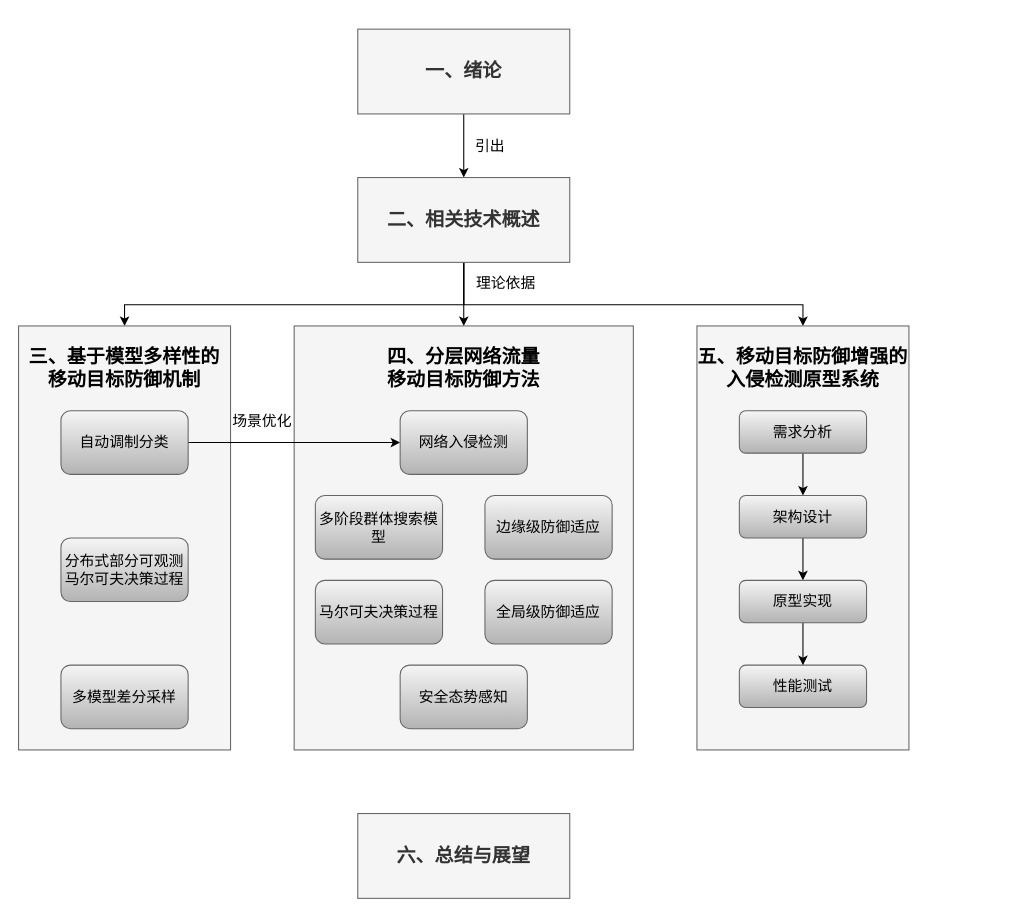
The draw.io diagram 毕业论文1-2.drawio in weyg0/Diagrams, before the edit. Source tidied: cells renumbered, new cells numbered last; positions are measured from the earlier drawing's top-left corner, leaving out a move shared by most shapes. Both pictures are drawn from the tidied source at 106%, with x=0, y=0 at pixel (18, 29).
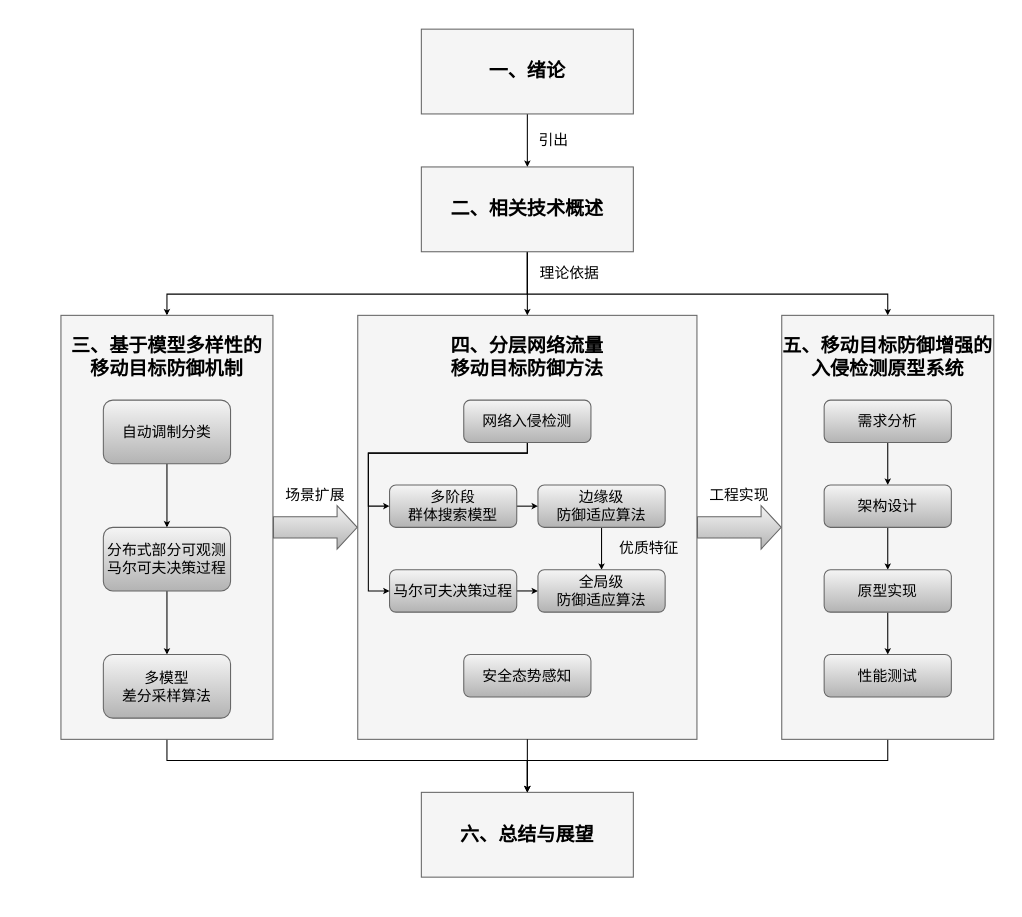
The same page after the edit.

Commit message:
更新毕业论文1-2.drawio

Change to the diagram source:
```diff
@@
+    <mxCell id="35" style="rounded=0;whiteSpace=wrap;html=1;fillColor=none;strokeColor=none;" parent="1" vertex="1">
+      <mxGeometry x="30" y="-10" width="900" height="820" as="geometry" />
+    </mxCell>
+    <mxCell id="10" style="rounded=0;whiteSpace=wrap;html=1;fillColor=#f5f5f5;fontColor=#333333;strokeColor=#666666;" parent="1" vertex="1">
+      <mxGeometry x="320" y="270" width="320" height="400" as="geometry" />
+    </mxCell>
+    <mxCell id="36" value="优质特征" style="text;html=1;align=center;verticalAlign=middle;whiteSpace=wrap;rounded=0;fontSize=14;" parent="1" vertex="1">
+      <mxGeometry x="560" y="470" width="70" height="40" as="geometry" />
+    </mxCell>
+    <mxCell id="37" style="edgeStyle=orthogonalEdgeStyle;rounded=0;jettySize=auto;html=1;exitX=0.5;exitY=1;exitDx=0;exitDy=0;entryX=0.5;entryY=0;entryDx=0;entryDy=0;endSize=3;" parent="1" edge="1" source="19" target="18">
+      <mxGeometry relative="1" as="geometry" />
+    </mxCell>
+    <mxCell id="19" value="边缘级&lt;div&gt;防御适应算法&lt;/div&gt;" style="rounded=1;whiteSpace=wrap;html=1;fontSize=14;fillColor=#f5f5f5;gradientColor=#b3b3b3;strokeColor=#666666;" parent="1" vertex="1">
+      <mxGeometry x="490" y="430" width="120" height="40" as="geometry" />
+    </mxCell>
+    <mxCell id="38" style="edgeStyle=orthogonalEdgeStyle;rounded=0;jettySize=auto;html=1;exitX=1;exitY=0.5;exitDx=0;exitDy=0;entryX=0;entryY=0.5;entryDx=0;entryDy=0;endSize=3;" parent="1" edge="1" source="23" target="19">
+      <mxGeometry relative="1" as="geometry" />
+    </mxCell>
+    <mxCell id="23" value="多阶段&lt;div&gt;群体搜索模型&lt;/div&gt;" style="rounded=1;whiteSpace=wrap;html=1;fontSize=14;fillColor=#f5f5f5;gradientColor=#b3b3b3;strokeColor=#666666;" parent="1" vertex="1">
+      <mxGeometry x="350" y="430" width="120" height="40" as="geometry" />
+    </mxCell>
-    <mxCell id="2" style="edgeStyle=orthogonalEdgeStyle;rounded=0;jettySize=auto;html=1;exitX=0.5;exitY=1;exitDx=0;exitDy=0;entryX=0.5;entryY=0;entryDx=0;entryDy=0;" parent="1" edge="1" source="3" target="7">
+    <mxCell id="2" style="edgeStyle=orthogonalEdgeStyle;rounded=0;jettySize=auto;html=1;exitX=0.5;exitY=1;exitDx=0;exitDy=0;entryX=0.5;entryY=0;entryDx=0;entryDy=0;endSize=3;" parent="1" edge="1" source="3" target="7">
       <mxGeometry relative="1" as="geometry" />
     </mxCell>
-    <mxCell id="3" value="一、绪论" style="rounded=0;whiteSpace=wrap;html=1;fontSize=18;fontStyle=1;fillColor=#f5f5f5;fontColor=#333333;strokeColor=#666666;" parent="1" vertex="1">
-      <mxGeometry x="320" width="200" height="80" as="geometry" />
+    <mxCell id="3" value="一、绪论" style="rounded=0;whiteSpace=wrap;html=1;fontSize=18;fontStyle=1;fillColor=#f5f5f5;fontColor=default;strokeColor=#666666;" parent="1" vertex="1">
+      <mxGeometry x="380" width="200" height="80" as="geometry" />
     </mxCell>
-    <mxCell id="4" style="edgeStyle=orthogonalEdgeStyle;rounded=0;jettySize=auto;html=1;exitX=0.5;exitY=1;exitDx=0;exitDy=0;entryX=0.5;entryY=0;entryDx=0;entryDy=0;" parent="1" edge="1" source="7" target="12">
+    <mxCell id="4" style="edgeStyle=orthogonalEdgeStyle;rounded=0;jettySize=auto;html=1;exitX=0.5;exitY=1;exitDx=0;exitDy=0;entryX=0.5;entryY=0;entryDx=0;entryDy=0;endSize=3;" parent="1" edge="1" source="7" target="12">
       <mxGeometry relative="1" as="geometry">
         <Array as="points">
-          <mxPoint x="420" y="260" />
-          <mxPoint x="100" y="260" />
+          <mxPoint x="480" y="250" />
+          <mxPoint x="140" y="250" />
         </Array>
       </mxGeometry>
     </mxCell>
-    <mxCell id="5" style="edgeStyle=orthogonalEdgeStyle;rounded=0;jettySize=auto;html=1;exitX=0.5;exitY=1;exitDx=0;exitDy=0;entryX=0.5;entryY=0;entryDx=0;entryDy=0;" parent="1" edge="1" source="7" target="13">
+    <mxCell id="5" style="edgeStyle=orthogonalEdgeStyle;rounded=0;jettySize=auto;html=1;exitX=0.5;exitY=1;exitDx=0;exitDy=0;entryX=0.5;entryY=0;entryDx=0;entryDy=0;endSize=3;" parent="1" edge="1" source="7" target="13">
       <mxGeometry relative="1" as="geometry" />
     </mxCell>
-    <mxCell id="6" style="edgeStyle=orthogonalEdgeStyle;rounded=0;jettySize=auto;html=1;exitX=0.5;exitY=1;exitDx=0;exitDy=0;entryX=0.5;entryY=0;entryDx=0;entryDy=0;" parent="1" edge="1" source="7" target="14">
+    <mxCell id="6" style="edgeStyle=orthogonalEdgeStyle;rounded=0;jettySize=auto;html=1;exitX=0.5;exitY=1;exitDx=0;exitDy=0;entryX=0.5;entryY=0;entryDx=0;entryDy=0;endSize=3;" parent="1" edge="1" source="7" target="14">
       <mxGeometry relative="1" as="geometry">
         <Array as="points">
-          <mxPoint x="420" y="260" />
-          <mxPoint x="740" y="260" />
+          <mxPoint x="480" y="250" />
+          <mxPoint x="820" y="250" />
         </Array>
       </mxGeometry>
     </mxCell>
-    <mxCell id="7" value="二、相关技术概述" style="rounded=0;whiteSpace=wrap;html=1;fontSize=18;fontStyle=1;fillColor=#f5f5f5;fontColor=#333333;strokeColor=#666666;" parent="1" vertex="1">
-      <mxGeometry x="320" y="140" width="200" height="80" as="geometry" />
+    <mxCell id="7" value="二、相关技术概述" style="rounded=0;whiteSpace=wrap;html=1;fontSize=18;fontStyle=1;fillColor=#f5f5f5;fontColor=default;strokeColor=#666666;" parent="1" vertex="1">
+      <mxGeometry x="380" y="130" width="200" height="80" as="geometry" />
     </mxCell>
-    <mxCell id="8" value="六、总结与展望" style="rounded=0;whiteSpace=wrap;html=1;fontSize=18;fontStyle=1;fillColor=#f5f5f5;fontColor=#333333;strokeColor=#666666;" parent="1" vertex="1">
-      <mxGeometry x="320" y="740" width="200" height="80" as="geometry" />
+    <mxCell id="8" value="六、总结与展望" style="rounded=0;whiteSpace=wrap;html=1;fontSize=18;fontStyle=1;fillColor=#f5f5f5;fontColor=default;strokeColor=#666666;" parent="1" vertex="1">
+      <mxGeometry x="380" y="720" width="200" height="80" as="geometry" />
     </mxCell>
+    <mxCell id="39" style="edgeStyle=orthogonalEdgeStyle;rounded=0;jettySize=auto;html=1;exitX=0.5;exitY=1;exitDx=0;exitDy=0;entryX=0.5;entryY=0;entryDx=0;entryDy=0;endSize=3;" parent="1" edge="1" source="9" target="8">
+      <mxGeometry relative="1" as="geometry">
+        <Array as="points">
+          <mxPoint x="140" y="690" />
+          <mxPoint x="480" y="690" />
+        </Array>
+      </mxGeometry>
+    </mxCell>
     <mxCell id="9" style="rounded=0;whiteSpace=wrap;html=1;fillColor=#f5f5f5;fontColor=#333333;strokeColor=#666666;" parent="1" vertex="1">
-      <mxGeometry y="280" width="200" height="400" as="geometry" />
+      <mxGeometry x="40" y="270" width="200" height="400" as="geometry" />
     </mxCell>
-    <mxCell id="10" style="rounded=0;whiteSpace=wrap;html=1;fillColor=#f5f5f5;fontColor=#333333;strokeColor=#666666;" parent="1" vertex="1">
-      <mxGeometry x="260" y="280" width="320" height="400" as="geometry" />
-    </mxCell>
+    <mxCell id="40" style="edgeStyle=orthogonalEdgeStyle;rounded=0;jettySize=auto;html=1;exitX=0.5;exitY=1;exitDx=0;exitDy=0;entryX=0.5;entryY=0;entryDx=0;entryDy=0;endSize=3;" parent="1" edge="1" source="10" target="8">
+      <mxGeometry relative="1" as="geometry" />
+    </mxCell>
+    <mxCell id="41" style="edgeStyle=orthogonalEdgeStyle;rounded=0;jettySize=auto;html=1;exitX=0.5;exitY=1;exitDx=0;exitDy=0;entryX=0.5;entryY=0;entryDx=0;entryDy=0;endSize=3;" parent="1" edge="1" source="11" target="8">
+      <mxGeometry relative="1" as="geometry">
+        <Array as="points">
+          <mxPoint x="820" y="690" />
+          <mxPoint x="480" y="690" />
+        </Array>
+      </mxGeometry>
+    </mxCell>
     <mxCell id="11" style="rounded=0;whiteSpace=wrap;html=1;fillColor=#f5f5f5;fontColor=#333333;strokeColor=#666666;" parent="1" vertex="1">
-      <mxGeometry x="640" y="280" width="200" height="400" as="geometry" />
+      <mxGeometry x="720" y="270" width="200" height="400" as="geometry" />
     </mxCell>
     <mxCell id="12" value="三、基于模型多样性的&lt;div&gt;移动目标防御机制&lt;/div&gt;" style="text;html=1;align=center;verticalAlign=middle;whiteSpace=wrap;rounded=0;fontSize=18;fontStyle=1;" parent="1" vertex="1">
-      <mxGeometry y="280" width="200" height="80" as="geometry" />
+      <mxGeometry x="40" y="270" width="200" height="80" as="geometry" />
     </mxCell>
     <mxCell id="13" value="四、分层网络流量&lt;div&gt;移动目标防御方法&lt;/div&gt;" style="text;html=1;align=center;verticalAlign=middle;whiteSpace=wrap;rounded=0;fontSize=18;fontStyle=1;" parent="1" vertex="1">
-      <mxGeometry x="260" y="280" width="320" height="80" as="geometry" />
+      <mxGeometry x="320" y="270" width="320" height="80" as="geometry" />
     </mxCell>
-    <mxCell id="14" value="五、移动目标防御增强的入侵检测原型系统" style="text;html=1;align=center;verticalAlign=middle;whiteSpace=wrap;rounded=0;fontSize=18;fontStyle=1;" parent="1" vertex="1">
-      <mxGeometry x="640" y="280" width="200" height="80" as="geometry" />
+    <mxCell id="14" value="五、移动目标防御增强的&lt;div&gt;入侵检测原型系统&lt;/div&gt;" style="text;html=1;align=center;verticalAlign=middle;whiteSpace=wrap;rounded=0;fontSize=18;fontStyle=1;" parent="1" vertex="1">
+      <mxGeometry x="720" y="270" width="200" height="80" as="geometry" />
     </mxCell>
+    <mxCell id="42" style="edgeStyle=orthogonalEdgeStyle;rounded=0;jettySize=auto;html=1;exitX=1;exitY=0.5;exitDx=0;exitDy=0;entryX=0;entryY=0.5;entryDx=0;entryDy=0;endSize=3;" parent="1" edge="1" source="15" target="18">
+      <mxGeometry relative="1" as="geometry" />
+    </mxCell>
     <mxCell id="15" value="马尔可夫决策过程" style="rounded=1;whiteSpace=wrap;html=1;fontSize=14;fillColor=#f5f5f5;gradientColor=#b3b3b3;strokeColor=#666666;" parent="1" vertex="1">
-      <mxGeometry x="280" y="520" width="120" height="60" as="geometry" />
+      <mxGeometry x="350" y="510" width="120" height="40" as="geometry" />
     </mxCell>
+    <mxCell id="43" style="edgeStyle=orthogonalEdgeStyle;rounded=0;jettySize=auto;html=1;exitX=0.5;exitY=1;exitDx=0;exitDy=0;entryX=0.5;entryY=0;entryDx=0;entryDy=0;endSize=3;" parent="1" edge="1" source="16" target="17">
+      <mxGeometry relative="1" as="geometry" />
+    </mxCell>
     <mxCell id="16" value="分布式部分可观测马尔可夫决策过程" style="rounded=1;whiteSpace=wrap;html=1;fontSize=14;fillColor=#f5f5f5;gradientColor=#b3b3b3;strokeColor=#666666;" parent="1" vertex="1">
-      <mxGeometry x="40" y="480" width="120" height="60" as="geometry" />
+      <mxGeometry x="80" y="470" width="120" height="60" as="geometry" />
     </mxCell>
-    <mxCell id="17" value="多模型差分采样" style="rounded=1;whiteSpace=wrap;html=1;fontSize=14;fillColor=#f5f5f5;gradientColor=#b3b3b3;strokeColor=#666666;" parent="1" vertex="1">
-      <mxGeometry x="40" y="600" width="120" height="60" as="geometry" />
+    <mxCell id="17" value="多模型&lt;div&gt;差分采样算法&lt;/div&gt;" style="rounded=1;whiteSpace=wrap;html=1;fontSize=14;fillColor=#f5f5f5;gradientColor=#b3b3b3;strokeColor=#666666;" parent="1" vertex="1">
+      <mxGeometry x="80" y="590" width="120" height="60" as="geometry" />
     </mxCell>
-    <mxCell id="18" value="边缘级防御适应" style="rounded=1;whiteSpace=wrap;html=1;fontSize=14;fillColor=#f5f5f5;gradientColor=#b3b3b3;strokeColor=#666666;" parent="1" vertex="1">
-      <mxGeometry x="440" y="440" width="120" height="60" as="geometry" />
+    <mxCell id="18" value="全局级&lt;div&gt;防御适应算法&lt;/div&gt;" style="rounded=1;whiteSpace=wrap;html=1;fontSize=14;fillColor=#f5f5f5;gradientColor=#b3b3b3;strokeColor=#666666;" parent="1" vertex="1">
+      <mxGeometry x="490" y="510" width="120" height="40" as="geometry" />
     </mxCell>
-    <mxCell id="19" value="全局级防御适应" style="rounded=1;whiteSpace=wrap;html=1;fontSize=14;fillColor=#f5f5f5;gradientColor=#b3b3b3;strokeColor=#666666;" parent="1" vertex="1">
-      <mxGeometry x="440" y="520" width="120" height="60" as="geometry" />
-    </mxCell>
-    <mxCell id="20" style="edgeStyle=orthogonalEdgeStyle;rounded=0;jettySize=auto;html=1;exitX=1;exitY=0.5;exitDx=0;exitDy=0;entryX=0;entryY=0.5;entryDx=0;entryDy=0;" parent="1" edge="1" source="21" target="22">
-      <mxGeometry relative="1" as="geometry" />
-    </mxCell>
+    <mxCell id="44" style="edgeStyle=orthogonalEdgeStyle;rounded=0;jettySize=auto;html=1;exitX=0.5;exitY=1;exitDx=0;exitDy=0;entryX=0.5;entryY=0;entryDx=0;entryDy=0;endSize=3;" parent="1" edge="1" source="21" target="16">
+      <mxGeometry relative="1" as="geometry" />
+    </mxCell>
     <mxCell id="21" value="自动调制分类" style="rounded=1;whiteSpace=wrap;html=1;fontSize=14;fillColor=#f5f5f5;gradientColor=#b3b3b3;strokeColor=#666666;" parent="1" vertex="1">
-      <mxGeometry x="40" y="360" width="120" height="60" as="geometry" />
+      <mxGeometry x="80" y="350" width="120" height="60" as="geometry" />
     </mxCell>
+    <mxCell id="45" style="edgeStyle=orthogonalEdgeStyle;rounded=0;jettySize=auto;html=1;exitX=0.5;exitY=1;exitDx=0;exitDy=0;entryX=0;entryY=0.5;entryDx=0;entryDy=0;endSize=3;" parent="1" edge="1" source="22" target="23">
+      <mxGeometry relative="1" as="geometry">
+        <Array as="points">
+          <mxPoint x="480" y="400" />
+          <mxPoint x="330" y="400" />
+          <mxPoint x="330" y="450" />
+        </Array>
+      </mxGeometry>
+    </mxCell>
+    <mxCell id="46" style="edgeStyle=orthogonalEdgeStyle;rounded=0;jettySize=auto;html=1;exitX=0.5;exitY=1;exitDx=0;exitDy=0;entryX=0;entryY=0.5;entryDx=0;entryDy=0;endSize=3;" parent="1" edge="1" source="22" target="15">
+      <mxGeometry relative="1" as="geometry">
+        <Array as="points">
+          <mxPoint x="480" y="400" />
+          <mxPoint x="330" y="400" />
+          <mxPoint x="330" y="530" />
+        </Array>
+      </mxGeometry>
+    </mxCell>
     <mxCell id="22" value="网络入侵检测" style="rounded=1;whiteSpace=wrap;html=1;fontSize=14;fillColor=#f5f5f5;gradientColor=#b3b3b3;strokeColor=#666666;" parent="1" vertex="1">
-      <mxGeometry x="360" y="360" width="120" height="60" as="geometry" />
+      <mxGeometry x="420" y="350" width="120" height="40" as="geometry" />
     </mxCell>
-    <mxCell id="23" value="多阶段群体搜索模型" style="rounded=1;whiteSpace=wrap;html=1;fontSize=14;fillColor=#f5f5f5;gradientColor=#b3b3b3;strokeColor=#666666;" parent="1" vertex="1">
-      <mxGeometry x="280" y="440" width="120" height="60" as="geometry" />
-    </mxCell>
-    <mxCell id="24" style="edgeStyle=orthogonalEdgeStyle;rounded=0;jettySize=auto;html=1;exitX=0.5;exitY=1;exitDx=0;exitDy=0;entryX=0.5;entryY=0;entryDx=0;entryDy=0;" parent="1" edge="1" source="25" target="28">
+    <mxCell id="24" style="edgeStyle=orthogonalEdgeStyle;rounded=0;jettySize=auto;html=1;exitX=0.5;exitY=1;exitDx=0;exitDy=0;entryX=0.5;entryY=0;entryDx=0;entryDy=0;endSize=3;" parent="1" edge="1" source="25" target="28">
       <mxGeometry relative="1" as="geometry" />
     </mxCell>
     <mxCell id="25" value="需求分析" style="rounded=1;whiteSpace=wrap;html=1;fontSize=14;fillColor=#f5f5f5;gradientColor=#b3b3b3;strokeColor=#666666;" parent="1" vertex="1">
-      <mxGeometry x="680" y="360" width="120" height="40" as="geometry" />
+      <mxGeometry x="760" y="350" width="120" height="40" as="geometry" />
     </mxCell>
     <mxCell id="26" value="性能测试" style="rounded=1;whiteSpace=wrap;html=1;fontSize=14;fillColor=#f5f5f5;gradientColor=#b3b3b3;strokeColor=#666666;" parent="1" vertex="1">
-      <mxGeometry x="680" y="600" width="120" height="40" as="geometry" />
+      <mxGeometry x="760" y="590" width="120" height="40" as="geometry" />
     </mxCell>
-    <mxCell id="27" style="edgeStyle=orthogonalEdgeStyle;rounded=0;jettySize=auto;html=1;exitX=0.5;exitY=1;exitDx=0;exitDy=0;entryX=0.5;entryY=0;entryDx=0;entryDy=0;" parent="1" edge="1" source="28" target="30">
+    <mxCell id="27" style="edgeStyle=orthogonalEdgeStyle;rounded=0;jettySize=auto;html=1;exitX=0.5;exitY=1;exitDx=0;exitDy=0;entryX=0.5;entryY=0;entryDx=0;entryDy=0;endSize=3;" parent="1" edge="1" source="28" target="30">
       <mxGeometry relative="1" as="geometry" />
     </mxCell>
     <mxCell id="28" value="架构设计" style="rounded=1;whiteSpace=wrap;html=1;fontSize=14;fillColor=#f5f5f5;gradientColor=#b3b3b3;strokeColor=#666666;" parent="1" vertex="1">
-      <mxGeometry x="680" y="440" width="120" height="40" as="geometry" />
+      <mxGeometry x="760" y="430" width="120" height="40" as="geometry" />
     </mxCell>
-    <mxCell id="29" style="edgeStyle=orthogonalEdgeStyle;rounded=0;jettySize=auto;html=1;exitX=0.5;exitY=1;exitDx=0;exitDy=0;entryX=0.5;entryY=0;entryDx=0;entryDy=0;" parent="1" edge="1" source="30" target="26">
+    <mxCell id="29" style="edgeStyle=orthogonalEdgeStyle;rounded=0;jettySize=auto;html=1;exitX=0.5;exitY=1;exitDx=0;exitDy=0;entryX=0.5;entryY=0;entryDx=0;entryDy=0;endSize=3;" parent="1" edge="1" source="30" target="26">
       <mxGeometry relative="1" as="geometry" />
     </mxCell>
     <mxCell id="30" value="原型实现" style="rounded=1;whiteSpace=wrap;html=1;fontSize=14;fillColor=#f5f5f5;gradientColor=#b3b3b3;strokeColor=#666666;" parent="1" vertex="1">
-      <mxGeometry x="680" y="520" width="120" height="40" as="geometry" />
+      <mxGeometry x="760" y="510" width="120" height="40" as="geometry" />
     </mxCell>
-    <mxCell id="31" value="安全态势感知" style="rounded=1;whiteSpace=wrap;html=1;fontSize=14;fillColor=#f5f5f5;gradientColor=#b3b3b3;strokeColor=#666666;" parent="1" vertex="1">
-      <mxGeometry x="360" y="600" width="120" height="60" as="geometry" />
-    </mxCell>
-    <mxCell id="32" value="场景优化" style="text;html=1;align=center;verticalAlign=middle;whiteSpace=wrap;rounded=0;fontSize=14;" parent="1" vertex="1">
-      <mxGeometry x="200" y="350" width="60" height="40" as="geometry" />
-    </mxCell>
     <mxCell id="33" value="引出" style="text;html=1;align=center;verticalAlign=middle;whiteSpace=wrap;rounded=0;fontSize=14;" parent="1" vertex="1">
-      <mxGeometry x="420" y="100" width="50" height="20" as="geometry" />
+      <mxGeometry x="480" y="90" width="50" height="30" as="geometry" />
     </mxCell>
     <mxCell id="34" value="理论依据" style="text;html=1;align=center;verticalAlign=middle;whiteSpace=wrap;rounded=0;fontSize=14;" parent="1" vertex="1">
-      <mxGeometry x="420" y="220" width="80" height="40" as="geometry" />
+      <mxGeometry x="480" y="210" width="80" height="40" as="geometry" />
     </mxCell>
+    <mxCell id="47" style="shape=flexArrow;endArrow=classic;html=1;rounded=0;fillColor=#f5f5f5;strokeColor=#666666;gradientColor=#b3b3b3;entryX=0;entryY=0.5;entryDx=0;entryDy=0;width=20;exitX=1;exitY=0.5;exitDx=0;exitDy=0;" parent="1" edge="1" source="10" target="11">
+      <mxGeometry relative="1" as="geometry" />
+    </mxCell>
+    <mxCell id="48" value="工程实现" style="text;html=1;align=center;verticalAlign=middle;whiteSpace=wrap;rounded=0;fontSize=14;" parent="1" vertex="1">
+      <mxGeometry x="640" y="420" width="80" height="40" as="geometry" />
+    </mxCell>
+    <mxCell id="31" value="安全态势感知" style="rounded=1;whiteSpace=wrap;html=1;fontSize=14;fillColor=#f5f5f5;gradientColor=#b3b3b3;strokeColor=#666666;" parent="1" vertex="1">
+      <mxGeometry x="420" y="590" width="120" height="40" as="geometry" />
+    </mxCell>
+    <mxCell id="49" style="shape=flexArrow;endArrow=classic;html=1;rounded=0;fillColor=#f5f5f5;strokeColor=#666666;gradientColor=#b3b3b3;entryX=0;entryY=0.5;entryDx=0;entryDy=0;width=20;exitX=1;exitY=0.5;exitDx=0;exitDy=0;" parent="1" edge="1" source="9" target="10">
+      <mxGeometry relative="1" as="geometry" />
+    </mxCell>
+    <mxCell id="50" value="场景扩展" style="text;html=1;align=center;verticalAlign=middle;whiteSpace=wrap;rounded=0;fontSize=14;" parent="1" vertex="1">
+      <mxGeometry x="240" y="420" width="80" height="40" as="geometry" />
+    </mxCell>
```
